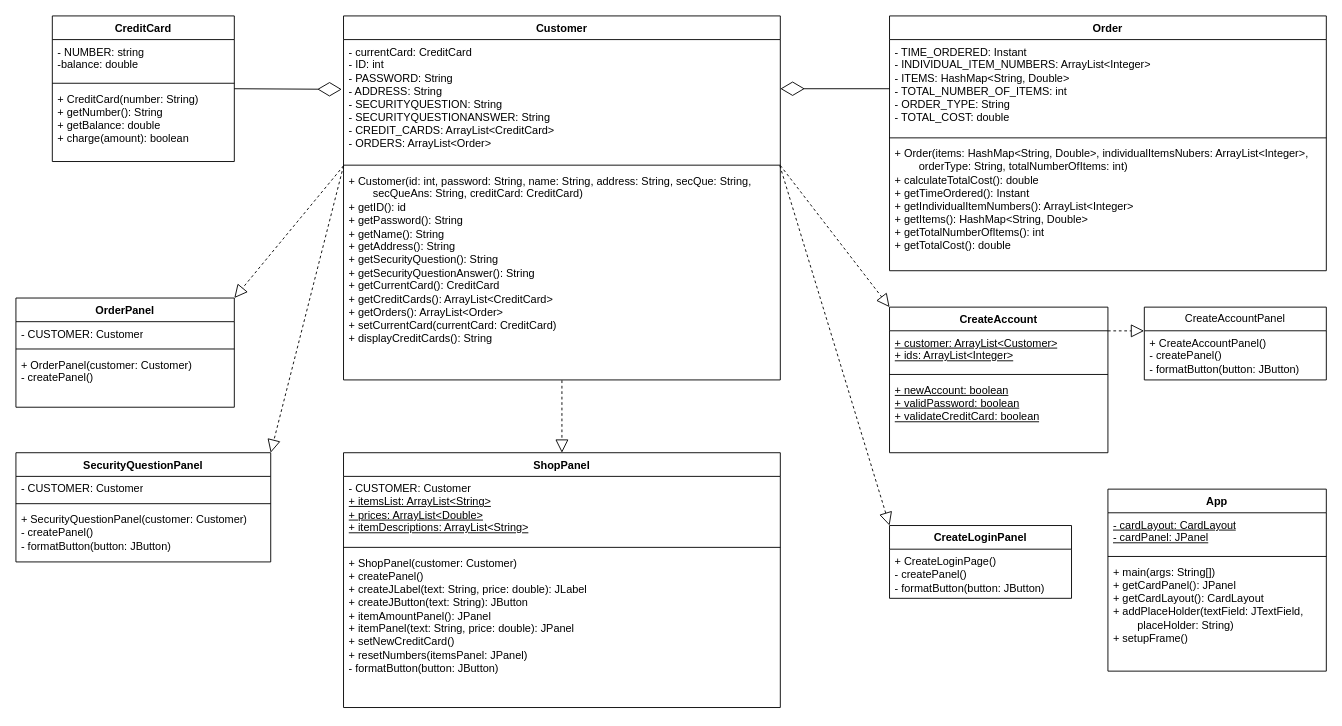
The draw.io diagram COS_GUI_UML.drawio in crapeter/UMLs, before the edit. Source tidied: cells renumbered, new cells numbered last; positions are measured from the earlier drawing's top-left corner, leaving out a move shared by most shapes. Both pictures are drawn from the tidied source at 91%, with x=0, y=0 at pixel (15, 15).
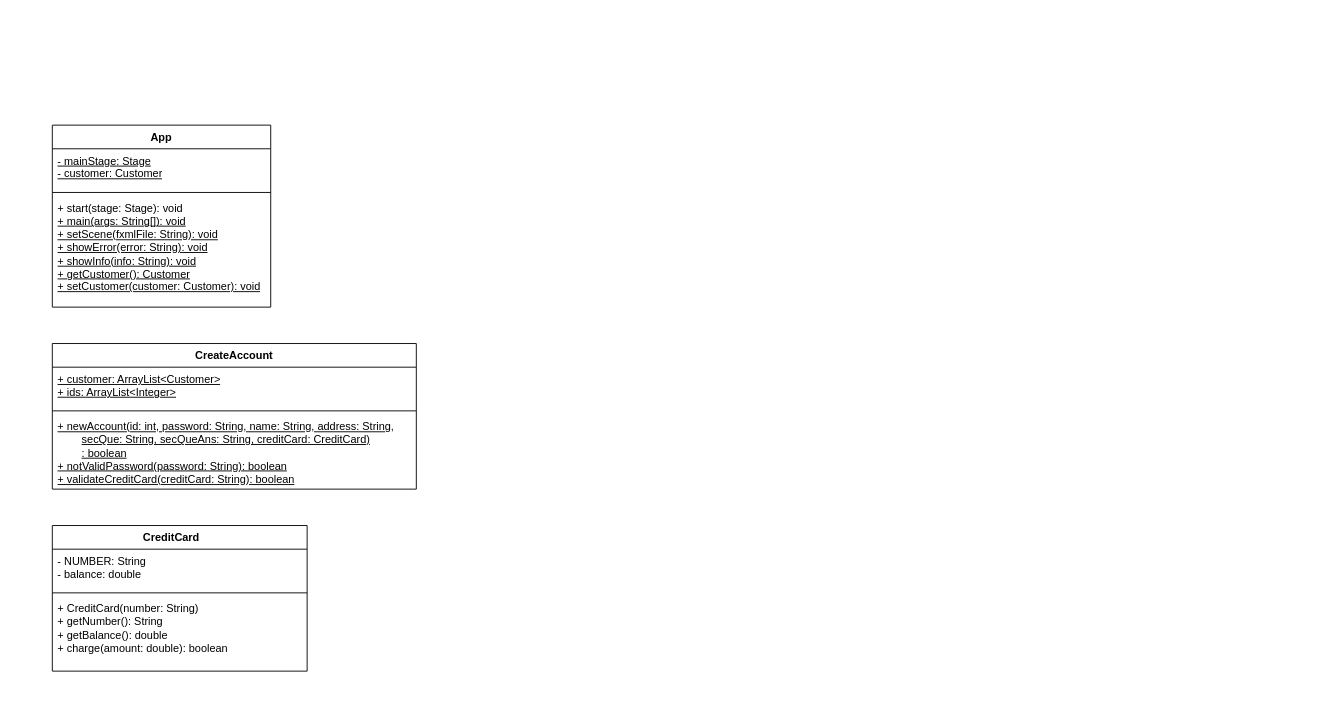
After the change.

Change to the diagram source:
```diff
@@
+    <mxCell id="42" value="App" style="swimlane;fontStyle=1;align=center;verticalAlign=top;horizontal=1;startSize=26;whiteSpace=wrap;html=1;" parent="1" vertex="1">
+      <mxGeometry x="40" y="120" width="240" height="200" as="geometry" />
+    </mxCell>
+    <mxCell id="46" value="&lt;div&gt;&lt;u&gt;- mainStage: Stage&lt;/u&gt;&lt;/div&gt;&lt;div&gt;&lt;u&gt;- customer: Customer&lt;br&gt;&lt;/u&gt;&lt;/div&gt;" style="text;strokeColor=none;fillColor=none;align=left;verticalAlign=top;spacingLeft=4;spacingRight=4;overflow=hidden;whiteSpace=wrap;html=1;" parent="42" vertex="1">
+      <mxGeometry y="26" width="240" height="44" as="geometry" />
+    </mxCell>
+    <mxCell id="47" style="line;strokeWidth=1;fillColor=none;align=left;verticalAlign=middle;spacingTop=-1;spacingLeft=3;spacingRight=3;labelPosition=right;strokeColor=inherit;" parent="42" vertex="1">
+      <mxGeometry y="70" width="240" height="8" as="geometry" />
+    </mxCell>
+    <mxCell id="48" value="&lt;div&gt;+ start(stage: Stage): void&lt;/div&gt;&lt;div&gt;&lt;u&gt;+ main(args: String[]): void&lt;/u&gt;&lt;/div&gt;&lt;div&gt;&lt;u&gt;+ setScene(fxmlFile: String): void&lt;br&gt;&lt;/u&gt;&lt;/div&gt;&lt;div&gt;&lt;u&gt;+ showError(error: String): void&lt;/u&gt;&lt;/div&gt;&lt;div&gt;&lt;u&gt;+ showInfo(info: String): void&lt;/u&gt;&lt;/div&gt;&lt;div&gt;&lt;u&gt;+ getCustomer(): Customer&lt;/u&gt;&lt;/div&gt;&lt;div&gt;&lt;u&gt;+ setCustomer(customer: Customer): void&lt;/u&gt;&lt;br&gt;&lt;/div&gt;" style="text;strokeColor=none;fillColor=none;align=left;verticalAlign=top;spacingLeft=4;spacingRight=4;overflow=hidden;whiteSpace=wrap;html=1;" parent="42" vertex="1">
+      <mxGeometry y="78" width="240" height="122" as="geometry" />
+    </mxCell>
     <mxCell id="2" value="CreateAccount" style="swimlane;fontStyle=1;align=center;verticalAlign=top;horizontal=1;startSize=26;whiteSpace=wrap;html=1;" parent="1" vertex="1">
-      <mxGeometry x="960" y="320" width="240" height="160" as="geometry" />
+      <mxGeometry x="40" y="360" width="400" height="160" as="geometry" />
     </mxCell>
-    <mxCell id="3" value="&lt;div&gt;&lt;u&gt;+ customer: ArrayList&amp;lt;Customer&amp;gt;&lt;/u&gt;&lt;/div&gt;&lt;div&gt;&lt;u&gt;+ ids: ArrayList&amp;lt;Integer&amp;gt;&lt;/u&gt;&lt;br&gt;&lt;/div&gt;" style="text;strokeColor=none;fillColor=none;align=left;verticalAlign=top;spacingLeft=4;spacingRight=4;overflow=hidden;points=[[0,0.5],[1,0.5]];portConstraint=eastwest;whiteSpace=wrap;html=1;" parent="2" vertex="1">
-      <mxGeometry y="26" width="240" height="44" as="geometry" />
+    <mxCell id="3" value="&lt;div&gt;&lt;u&gt;+ customer: ArrayList&amp;lt;Customer&amp;gt;&lt;/u&gt;&lt;/div&gt;&lt;div&gt;&lt;u&gt;+ ids: ArrayList&amp;lt;Integer&amp;gt;&lt;br&gt;&lt;/u&gt;&lt;/div&gt;" style="text;strokeColor=none;fillColor=none;align=left;verticalAlign=top;spacingLeft=4;spacingRight=4;overflow=hidden;points=[[0,0.5],[1,0.5]];portConstraint=eastwest;whiteSpace=wrap;html=1;" parent="2" vertex="1">
+      <mxGeometry y="26" width="400" height="44" as="geometry" />
     </mxCell>
-    <mxCell id="4" style="line;strokeWidth=1;fillColor=none;align=left;verticalAlign=middle;spacingTop=-1;spacingLeft=3;spacingRight=3;labelPosition=right;strokeColor=inherit;" parent="2" vertex="1">
-      <mxGeometry y="70" width="240" height="8" as="geometry" />
-    </mxCell>
-    <mxCell id="5" value="&lt;div&gt;&lt;u&gt;+ newAccount: boolean&lt;/u&gt;&lt;/div&gt;&lt;div&gt;&lt;u&gt;+ validPassword: boolean&lt;/u&gt;&lt;/div&gt;&lt;div&gt;&lt;u&gt;+ validateCreditCard: boolean&lt;/u&gt;&lt;br&gt;&lt;/div&gt;" style="text;strokeColor=none;fillColor=none;align=left;verticalAlign=top;spacingLeft=4;spacingRight=4;overflow=hidden;whiteSpace=wrap;html=1;" parent="2" vertex="1">
-      <mxGeometry y="78" width="240" height="82" as="geometry" />
-    </mxCell>
-    <mxCell id="6" value="CreateLoginPanel" style="swimlane;fontStyle=1;align=center;verticalAlign=top;horizontal=1;startSize=26;whiteSpace=wrap;html=1;" parent="1" vertex="1">
-      <mxGeometry x="960" y="560" width="200" height="80" as="geometry" />
-    </mxCell>
-    <mxCell id="7" value="&lt;div&gt;+ CreateLoginPage()&lt;/div&gt;&lt;div&gt;- createPanel()&lt;br&gt;&lt;/div&gt;&lt;div&gt;- formatButton(button: JButton)&lt;br&gt;&lt;/div&gt;" style="text;strokeColor=none;fillColor=none;align=left;verticalAlign=top;spacingLeft=4;spacingRight=4;overflow=hidden;whiteSpace=wrap;html=1;" parent="6" vertex="1">
-      <mxGeometry y="26" width="200" height="54" as="geometry" />
-    </mxCell>
-    <mxCell id="8" value="CreateAccountPanel" style="swimlane;fontStyle=0;horizontal=1;startSize=26;fillColor=none;whiteSpace=wrap;html=1;" parent="1" vertex="1">
-      <mxGeometry x="1240" y="320" width="200" height="80" as="geometry" />
-    </mxCell>
-    <mxCell id="9" value="&lt;div&gt;+ CreateAccountPanel()&lt;/div&gt;&lt;div&gt;- createPanel()&lt;/div&gt;&lt;div&gt;- formatButton(button: JButton)&lt;br&gt;&lt;/div&gt;" style="text;strokeColor=none;fillColor=none;align=left;verticalAlign=top;spacingLeft=4;spacingRight=4;overflow=hidden;points=[[0,0.5],[1,0.5]];portConstraint=eastwest;whiteSpace=wrap;html=1;" parent="8" vertex="1">
-      <mxGeometry y="26" width="200" height="54" as="geometry" />
-    </mxCell>
+    <mxCell id="49" style="line;strokeWidth=1;fillColor=none;align=left;verticalAlign=middle;spacingTop=-1;spacingLeft=3;spacingRight=3;labelPosition=right;strokeColor=inherit;" parent="2" vertex="1">
+      <mxGeometry y="70" width="400" height="8" as="geometry" />
+    </mxCell>
+    <mxCell id="50" value="&lt;div&gt;&lt;u&gt;+ newAccount(id: int, password: String, name: String, address: String, &lt;span style=&quot;white-space: pre;&quot;&gt;&#9;&lt;/span&gt;secQue: String, secQueAns: String, creditCard: CreditCard)&lt;/u&gt;&lt;/div&gt;&lt;div&gt;&lt;u&gt;&lt;span style=&quot;white-space: pre;&quot;&gt;&#9;&lt;/span&gt;: boolean&lt;/u&gt;&lt;/div&gt;&lt;div&gt;&lt;u&gt;+ notValidPassword(password: String): boolean&lt;/u&gt;&lt;/div&gt;&lt;div&gt;&lt;u&gt;+ validateCreditCard(creditCard: String): boolean&lt;br&gt;&lt;/u&gt;&lt;/div&gt;" style="text;strokeColor=none;fillColor=none;align=left;verticalAlign=top;spacingLeft=4;spacingRight=4;overflow=hidden;whiteSpace=wrap;html=1;" parent="2" vertex="1">
+      <mxGeometry y="78" width="400" height="82" as="geometry" />
+    </mxCell>
-    <mxCell id="10" value="CreditCard" style="swimlane;fontStyle=1;align=center;verticalAlign=top;horizontal=1;startSize=26;whiteSpace=wrap;html=1;" parent="1" vertex="1">
-      <mxGeometry x="40" width="200" height="160" as="geometry" />
+    <mxCell id="10" value="CreditCard&lt;span style=&quot;white-space: pre;&quot;&gt;&#9;&lt;/span&gt;" style="swimlane;fontStyle=1;align=center;verticalAlign=top;horizontal=1;startSize=26;whiteSpace=wrap;html=1;" parent="1" vertex="1">
+      <mxGeometry x="40" y="560" width="280" height="160" as="geometry" />
     </mxCell>
-    <mxCell id="11" value="&lt;div&gt;- NUMBER: string&lt;/div&gt;&lt;div&gt;-balance: double&lt;br&gt;&lt;/div&gt;" style="text;strokeColor=none;fillColor=none;align=left;verticalAlign=top;spacingLeft=4;spacingRight=4;overflow=hidden;whiteSpace=wrap;html=1;" parent="10" vertex="1">
-      <mxGeometry y="26" width="200" height="44" as="geometry" />
-    </mxCell>
-    <mxCell id="12" style="line;strokeWidth=1;fillColor=none;align=left;verticalAlign=middle;spacingTop=-1;spacingLeft=3;spacingRight=3;labelPosition=right;strokeColor=inherit;" parent="10" vertex="1">
-      <mxGeometry y="70" width="200" height="8" as="geometry" />
-    </mxCell>
-    <mxCell id="13" value="&lt;div&gt;+ CreditCard(number: String)&lt;/div&gt;&lt;div&gt;+ getNumber(): String&lt;/div&gt;&lt;div&gt;+ getBalance: double&lt;/div&gt;&lt;div&gt;+ charge(amount): boolean&lt;br&gt;&lt;/div&gt;" style="text;strokeColor=none;fillColor=none;align=left;verticalAlign=top;spacingLeft=4;spacingRight=4;overflow=hidden;whiteSpace=wrap;html=1;" parent="10" vertex="1">
-      <mxGeometry y="78" width="200" height="82" as="geometry" />
-    </mxCell>
-    <mxCell id="14" value="Customer" style="swimlane;fontStyle=1;align=center;verticalAlign=top;horizontal=1;startSize=26;whiteSpace=wrap;html=1;" parent="1" vertex="1">
-      <mxGeometry x="360" width="480" height="400" as="geometry" />
-    </mxCell>
-    <mxCell id="15" value="&lt;div&gt;- currentCard: CreditCard&lt;/div&gt;&lt;div&gt;- ID: int&lt;/div&gt;&lt;div&gt;- PASSWORD: String&lt;/div&gt;&lt;div&gt;- ADDRESS: String&lt;/div&gt;&lt;div&gt;- SECURITYQUESTION: String&lt;/div&gt;&lt;div&gt;- SECURITYQUESTIONANSWER: String&lt;/div&gt;&lt;div&gt;- CREDIT_CARDS: ArrayList&amp;lt;CreditCard&amp;gt;&lt;/div&gt;&lt;div&gt;- ORDERS: ArrayList&amp;lt;Order&amp;gt;&lt;br&gt;&lt;/div&gt;&lt;div&gt;&lt;br&gt;&lt;/div&gt;" style="text;strokeColor=none;fillColor=none;align=left;verticalAlign=top;spacingLeft=4;spacingRight=4;overflow=hidden;points=[[0,0.5],[1,0.5]];portConstraint=eastwest;whiteSpace=wrap;html=1;" parent="14" vertex="1">
-      <mxGeometry y="26" width="480" height="134" as="geometry" />
-    </mxCell>
-    <mxCell id="16" style="line;strokeWidth=1;fillColor=none;align=left;verticalAlign=middle;spacingTop=-1;spacingLeft=3;spacingRight=3;labelPosition=right;points=[];portConstraint=eastwest;strokeColor=inherit;" parent="14" vertex="1">
-      <mxGeometry y="160" width="480" height="8" as="geometry" />
-    </mxCell>
-    <mxCell id="17" value="&lt;div&gt;+ Customer(id: int, password: String, name: String, address: String, secQue: String, &lt;span style=&quot;white-space: pre;&quot;&gt;&#9;&lt;/span&gt;secQueAns: String, creditCard: CreditCard)&lt;/div&gt;&lt;div&gt;+ getID(): id&lt;/div&gt;&lt;div&gt;+ getPassword(): String&lt;/div&gt;&lt;div&gt;+ getName(): String&lt;/div&gt;&lt;div&gt;+ getAddress(): String&lt;/div&gt;&lt;div&gt;+ getSecurityQuestion(): String&lt;/div&gt;&lt;div&gt;+ getSecurityQuestionAnswer(): String&lt;/div&gt;&lt;div&gt;+ getCurrentCard(): CreditCard&lt;/div&gt;&lt;div&gt;+ getCreditCards(): ArrayList&amp;lt;CreditCard&amp;gt;&lt;/div&gt;&lt;div&gt;+ getOrders(): ArrayList&amp;lt;Order&amp;gt;&lt;br&gt;&lt;/div&gt;&lt;div&gt;+ setCurrentCard(currentCard: CreditCard)&lt;/div&gt;&lt;div&gt;+ displayCreditCards(): String&lt;br&gt;&lt;/div&gt;" style="text;strokeColor=none;fillColor=none;align=left;verticalAlign=top;spacingLeft=4;spacingRight=4;overflow=hidden;points=[[0,0.5],[1,0.5]];portConstraint=eastwest;whiteSpace=wrap;html=1;" parent="14" vertex="1">
-      <mxGeometry y="168" width="480" height="232" as="geometry" />
-    </mxCell>
-    <mxCell id="18" value="Order" style="swimlane;fontStyle=1;align=center;verticalAlign=top;horizontal=1;startSize=26;whiteSpace=wrap;html=1;" parent="1" vertex="1">
-      <mxGeometry x="960" width="480" height="280" as="geometry" />
-    </mxCell>
-    <mxCell id="19" value="&lt;div&gt;- TIME_ORDERED: Instant&lt;/div&gt;&lt;div&gt;- INDIVIDUAL_ITEM_NUMBERS: ArrayList&amp;lt;Integer&amp;gt;&lt;/div&gt;&lt;div&gt;- ITEMS: HashMap&amp;lt;String, Double&amp;gt;&lt;/div&gt;&lt;div&gt;- TOTAL_NUMBER_OF_ITEMS: int&lt;/div&gt;&lt;div&gt;- ORDER_TYPE: String&lt;/div&gt;&lt;div&gt;- TOTAL_COST: double&lt;br&gt;&lt;/div&gt;" style="text;strokeColor=none;fillColor=none;align=left;verticalAlign=top;spacingLeft=4;spacingRight=4;overflow=hidden;whiteSpace=wrap;html=1;" parent="18" vertex="1">
-      <mxGeometry y="26" width="480" height="104" as="geometry" />
-    </mxCell>
-    <mxCell id="20" style="line;strokeWidth=1;fillColor=none;align=left;verticalAlign=middle;spacingTop=-1;spacingLeft=3;spacingRight=3;labelPosition=right;strokeColor=inherit;" parent="18" vertex="1">
-      <mxGeometry y="130" width="480" height="8" as="geometry" />
-    </mxCell>
-    <mxCell id="21" value="&lt;div&gt;+ Order(items: HashMap&amp;lt;String, Double&amp;gt;, individualItemsNubers: ArrayList&amp;lt;Integer&amp;gt;, &lt;span style=&quot;white-space: pre;&quot;&gt;&#9;&lt;/span&gt;orderType: String, totalNumberOfItems: int)&lt;/div&gt;&lt;div&gt;+ calculateTotalCost(): double&lt;/div&gt;&lt;div&gt;+ getTimeOrdered(): Instant&lt;br&gt;&lt;/div&gt;&lt;div&gt;+ getIndividualItemNumbers(): ArrayList&amp;lt;Integer&amp;gt;&lt;/div&gt;&lt;div&gt;+ getItems(): HashMap&amp;lt;String, Double&amp;gt;&lt;/div&gt;&lt;div&gt;+ getTotalNumberOfItems(): int&lt;/div&gt;&lt;div&gt;+ getTotalCost(): double&lt;br&gt;&lt;/div&gt;" style="text;strokeColor=none;fillColor=none;align=left;verticalAlign=top;spacingLeft=4;spacingRight=4;overflow=hidden;whiteSpace=wrap;html=1;" parent="18" vertex="1">
-      <mxGeometry y="138" width="480" height="142" as="geometry" />
-    </mxCell>
-    <mxCell id="22" value="OrderPanel" style="swimlane;fontStyle=1;align=center;verticalAlign=top;horizontal=1;startSize=26;whiteSpace=wrap;html=1;" parent="1" vertex="1">
-      <mxGeometry y="310" width="240" height="120" as="geometry" />
-    </mxCell>
-    <mxCell id="23" value="- CUSTOMER: Customer" style="text;strokeColor=none;fillColor=none;align=left;verticalAlign=top;spacingLeft=4;spacingRight=4;overflow=hidden;whiteSpace=wrap;html=1;" parent="22" vertex="1">
-      <mxGeometry y="26" width="240" height="26" as="geometry" />
-    </mxCell>
-    <mxCell id="24" style="line;strokeWidth=1;fillColor=none;align=left;verticalAlign=middle;spacingTop=-1;spacingLeft=3;spacingRight=3;labelPosition=right;strokeColor=inherit;" parent="22" vertex="1">
-      <mxGeometry y="52" width="240" height="8" as="geometry" />
-    </mxCell>
-    <mxCell id="25" value="&lt;div&gt;+ OrderPanel(customer: Customer)&lt;/div&gt;&lt;div&gt;- createPanel()&lt;br&gt;&lt;/div&gt;" style="text;strokeColor=none;fillColor=none;align=left;verticalAlign=top;spacingLeft=4;spacingRight=4;overflow=hidden;whiteSpace=wrap;html=1;" parent="22" vertex="1">
-      <mxGeometry y="60" width="240" height="60" as="geometry" />
-    </mxCell>
-    <mxCell id="26" value="SecurityQuestionPanel" style="swimlane;fontStyle=1;align=center;verticalAlign=top;horizontal=1;startSize=26;whiteSpace=wrap;html=1;" parent="1" vertex="1">
-      <mxGeometry y="480" width="280" height="120" as="geometry" />
-    </mxCell>
-    <mxCell id="27" value="- CUSTOMER: Customer" style="text;strokeColor=none;fillColor=none;align=left;verticalAlign=top;spacingLeft=4;spacingRight=4;overflow=hidden;whiteSpace=wrap;html=1;" parent="26" vertex="1">
-      <mxGeometry y="26" width="280" height="26" as="geometry" />
-    </mxCell>
-    <mxCell id="28" style="line;strokeWidth=1;fillColor=none;align=left;verticalAlign=middle;spacingTop=-1;spacingLeft=3;spacingRight=3;labelPosition=right;strokeColor=inherit;" parent="26" vertex="1">
-      <mxGeometry y="52" width="280" height="8" as="geometry" />
-    </mxCell>
-    <mxCell id="29" value="&lt;div&gt;+ SecurityQuestionPanel(customer: Customer)&lt;/div&gt;&lt;div&gt;- createPanel()&lt;br&gt;&lt;/div&gt;&lt;div&gt;- formatButton(button: JButton)&lt;br&gt;&lt;/div&gt;" style="text;strokeColor=none;fillColor=none;align=left;verticalAlign=top;spacingLeft=4;spacingRight=4;overflow=hidden;whiteSpace=wrap;html=1;" parent="26" vertex="1">
-      <mxGeometry y="60" width="280" height="60" as="geometry" />
-    </mxCell>
-    <mxCell id="30" value="ShopPanel" style="swimlane;fontStyle=1;align=center;verticalAlign=top;horizontal=1;startSize=26;whiteSpace=wrap;html=1;" parent="1" vertex="1">
-      <mxGeometry x="360" y="480" width="480" height="280" as="geometry" />
-    </mxCell>
-    <mxCell id="31" value="&lt;div&gt;- CUSTOMER: Customer&lt;/div&gt;&lt;div&gt;&lt;u&gt;+ itemsList: ArrayList&amp;lt;String&amp;gt;&lt;br&gt;+ prices: ArrayList&amp;lt;Double&amp;gt;&lt;br&gt;&lt;/u&gt;&lt;/div&gt;&lt;div&gt;&lt;u&gt;+ itemDescriptions: ArrayList&amp;lt;String&amp;gt;&lt;br&gt;&lt;/u&gt;&lt;/div&gt;" style="text;strokeColor=none;fillColor=none;align=left;verticalAlign=top;spacingLeft=4;spacingRight=4;overflow=hidden;whiteSpace=wrap;html=1;" parent="30" vertex="1">
-      <mxGeometry y="26" width="480" height="74" as="geometry" />
-    </mxCell>
-    <mxCell id="32" style="line;strokeWidth=1;fillColor=none;align=left;verticalAlign=middle;spacingTop=-1;spacingLeft=3;spacingRight=3;labelPosition=right;strokeColor=inherit;" parent="30" vertex="1">
-      <mxGeometry y="100" width="480" height="8" as="geometry" />
-    </mxCell>
-    <mxCell id="33" value="&lt;div&gt;+ ShopPanel(customer: Customer)&lt;/div&gt;&lt;div&gt;+ createPanel()&lt;/div&gt;&lt;div&gt;+ createJLabel(text: String, price: double): JLabel&lt;/div&gt;&lt;div&gt;+ createJButton(text: String): JButton&lt;/div&gt;&lt;div&gt;+ itemAmountPanel(): JPanel&lt;/div&gt;&lt;div&gt;+ itemPanel(text: String, price: double): JPanel&lt;/div&gt;&lt;div&gt;+ setNewCreditCard()&lt;/div&gt;&lt;div&gt;+ resetNumbers(itemsPanel: JPanel)&lt;/div&gt;&lt;div&gt;- formatButton(button: JButton)&lt;br&gt;&lt;/div&gt;" style="text;strokeColor=none;fillColor=none;align=left;verticalAlign=top;spacingLeft=4;spacingRight=4;overflow=hidden;whiteSpace=wrap;html=1;" parent="30" vertex="1">
-      <mxGeometry y="108" width="480" height="172" as="geometry" />
-    </mxCell>
-    <mxCell id="34" style="endArrow=diamondThin;endFill=0;endSize=24;html=1;rounded=0;entryX=-0.004;entryY=0.408;entryDx=0;entryDy=0;entryPerimeter=0;" parent="1" edge="1" target="15">
-      <mxGeometry relative="1" as="geometry">
-        <mxPoint x="240" y="80" as="sourcePoint" />
-      </mxGeometry>
-    </mxCell>
-    <mxCell id="35" style="endArrow=diamondThin;endFill=0;endSize=24;html=1;rounded=0;" parent="1" edge="1">
-      <mxGeometry relative="1" as="geometry">
-        <mxPoint x="960" y="80" as="sourcePoint" />
-        <mxPoint x="840" y="80" as="targetPoint" />
-      </mxGeometry>
-    </mxCell>
-    <mxCell id="36" style="endArrow=block;dashed=1;endFill=0;endSize=12;html=1;rounded=0;entryX=0;entryY=0;entryDx=0;entryDy=0;exitX=1;exitY=0.537;exitDx=0;exitDy=0;exitPerimeter=0;" parent="1" edge="1" source="16" target="2">
-      <mxGeometry relative="1" as="geometry" />
-    </mxCell>
-    <mxCell id="37" style="endArrow=block;dashed=1;endFill=0;endSize=12;html=1;rounded=0;exitX=0.999;exitY=0.575;exitDx=0;exitDy=0;exitPerimeter=0;entryX=0;entryY=0;entryDx=0;entryDy=0;" parent="1" edge="1" source="16" target="6">
-      <mxGeometry relative="1" as="geometry" />
-    </mxCell>
-    <mxCell id="38" style="endArrow=block;dashed=1;endFill=0;endSize=12;html=1;rounded=0;entryX=1;entryY=0;entryDx=0;entryDy=0;exitX=0;exitY=0.59;exitDx=0;exitDy=0;exitPerimeter=0;" parent="1" edge="1" source="16" target="22">
-      <mxGeometry relative="1" as="geometry" />
-    </mxCell>
-    <mxCell id="39" style="endArrow=block;dashed=1;endFill=0;endSize=12;html=1;rounded=0;exitX=0;exitY=0.59;exitDx=0;exitDy=0;exitPerimeter=0;entryX=1;entryY=0;entryDx=0;entryDy=0;" parent="1" edge="1" source="16" target="26">
-      <mxGeometry relative="1" as="geometry" />
-    </mxCell>
-    <mxCell id="40" style="endArrow=block;dashed=1;endFill=0;endSize=12;html=1;rounded=0;exitX=0.5;exitY=1.002;exitDx=0;exitDy=0;exitPerimeter=0;entryX=0.5;entryY=0;entryDx=0;entryDy=0;" parent="1" edge="1" source="17" target="30">
-      <mxGeometry relative="1" as="geometry" />
-    </mxCell>
-    <mxCell id="41" style="endArrow=block;dashed=1;endFill=0;endSize=12;html=1;rounded=0;exitX=1;exitY=0.002;exitDx=0;exitDy=0;exitPerimeter=0;entryX=-0.001;entryY=0.002;entryDx=0;entryDy=0;entryPerimeter=0;" parent="1" edge="1" source="3" target="9">
-      <mxGeometry relative="1" as="geometry" />
-    </mxCell>
-    <mxCell id="42" value="App" style="swimlane;fontStyle=1;align=center;verticalAlign=top;horizontal=1;startSize=26;whiteSpace=wrap;html=1;" parent="1" vertex="1">
-      <mxGeometry x="1200" y="520" width="240" height="200" as="geometry" />
-    </mxCell>
-    <mxCell id="43" value="&lt;div&gt;&lt;u&gt;- cardLayout: CardLayout&lt;/u&gt;&lt;/div&gt;&lt;div&gt;&lt;u&gt;- cardPanel: JPanel&lt;/u&gt;&lt;br&gt;&lt;/div&gt;" style="text;strokeColor=none;fillColor=none;align=left;verticalAlign=top;spacingLeft=4;spacingRight=4;overflow=hidden;whiteSpace=wrap;html=1;" parent="42" vertex="1">
-      <mxGeometry y="26" width="240" height="44" as="geometry" />
-    </mxCell>
-    <mxCell id="44" style="line;strokeWidth=1;fillColor=none;align=left;verticalAlign=middle;spacingTop=-1;spacingLeft=3;spacingRight=3;labelPosition=right;strokeColor=inherit;" parent="42" vertex="1">
-      <mxGeometry y="70" width="240" height="8" as="geometry" />
-    </mxCell>
-    <mxCell id="45" value="&lt;div&gt;+ main(args: String[])&lt;/div&gt;&lt;div&gt;+ getCardPanel(): JPanel&lt;/div&gt;&lt;div&gt;+ getCardLayout(): CardLayout&lt;/div&gt;&lt;div&gt;+ addPlaceHolder(textField: JTextField, &lt;span style=&quot;white-space: pre;&quot;&gt;&#9;&lt;/span&gt;placeHolder: String)&lt;/div&gt;&lt;div&gt;+ setupFrame()&lt;br&gt;&lt;/div&gt;" style="text;strokeColor=none;fillColor=none;align=left;verticalAlign=top;spacingLeft=4;spacingRight=4;overflow=hidden;whiteSpace=wrap;html=1;" parent="42" vertex="1">
-      <mxGeometry y="78" width="240" height="122" as="geometry" />
-    </mxCell>
+    <mxCell id="51" value="&lt;div&gt;- NUMBER: String&lt;/div&gt;&lt;div&gt;- balance: double&lt;br&gt;&lt;/div&gt;" style="text;strokeColor=none;fillColor=none;align=left;verticalAlign=top;spacingLeft=4;spacingRight=4;overflow=hidden;whiteSpace=wrap;html=1;" parent="10" vertex="1">
+      <mxGeometry y="26" width="280" height="44" as="geometry" />
+    </mxCell>
+    <mxCell id="52" style="line;strokeWidth=1;fillColor=none;align=left;verticalAlign=middle;spacingTop=-1;spacingLeft=3;spacingRight=3;labelPosition=right;strokeColor=inherit;" parent="10" vertex="1">
+      <mxGeometry y="70" width="280" height="8" as="geometry" />
+    </mxCell>
+    <mxCell id="53" value="&lt;div&gt;+ CreditCard(number: String)&lt;/div&gt;&lt;div&gt;+ getNumber(): String&lt;/div&gt;&lt;div&gt;+ getBalance(): double&lt;/div&gt;&lt;div&gt;+ charge(amount: double): boolean&lt;br&gt;&lt;/div&gt;" style="text;strokeColor=none;fillColor=none;align=left;verticalAlign=top;spacingLeft=4;spacingRight=4;overflow=hidden;whiteSpace=wrap;html=1;" parent="10" vertex="1">
+      <mxGeometry y="78" width="280" height="82" as="geometry" />
+    </mxCell>
```
